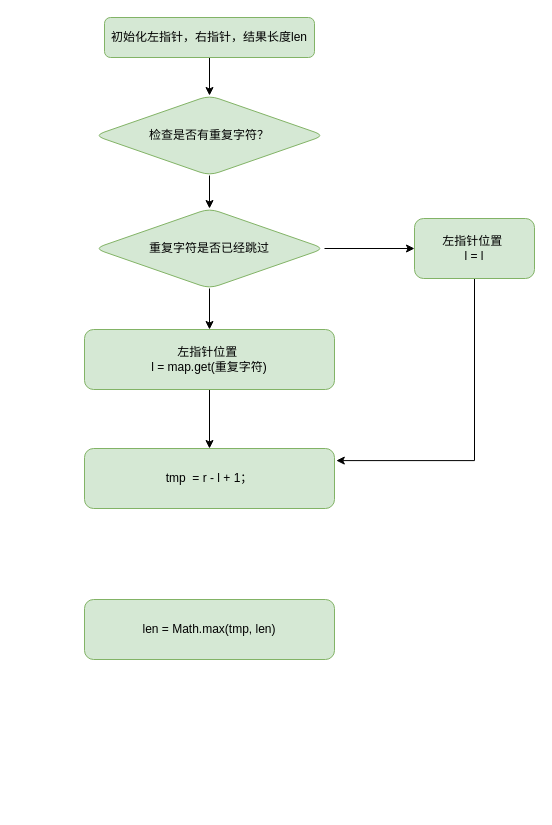
Earlier version of the draw.io diagram page "无重复字符的最长子串" (2 of 2) of 反转链表绘图.drawio (HonyoLAN/telmy). Source tidied: cells renumbered, new cells numbered last; positions are measured from the earlier drawing's top-left corner, leaving out a move shared by most shapes. Both pictures are drawn from the tidied source at 100%, with x=0, y=0 at pixel (84, 17).
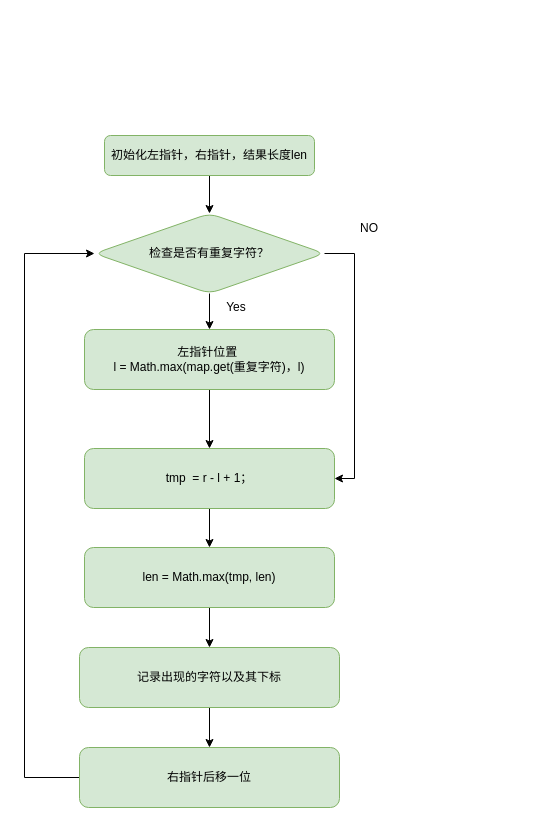
Above is the later version.

Commit message:
更新反转链表绘图.drawio

Unchanged cells that the change refers to:
```xml
<mxCell id="13" value="tmp&amp;nbsp; = r - l + 1；" style="whiteSpace=wrap;html=1;fillColor=#d5e8d4;strokeColor=#82b366;rounded=1;" parent="1" vertex="1">
  <mxGeometry y="431" width="250" height="60" as="geometry" />
</mxCell>
```

Change to the diagram source:
```diff
@@
     <mxCell id="3" value="初始化左指针，右指针，结果长度len" style="rounded=1;whiteSpace=wrap;html=1;fillColor=#d5e8d4;strokeColor=#82b366;" parent="1" vertex="1">
-      <mxGeometry x="20" width="210" height="40" as="geometry" />
+      <mxGeometry x="20" y="118" width="210" height="40" as="geometry" />
     </mxCell>
-    <mxCell id="4" style="edgeStyle=orthogonalEdgeStyle;rounded=0;jettySize=auto;html=1;" parent="1" edge="1" source="5" target="8">
+    <mxCell id="4" style="edgeStyle=orthogonalEdgeStyle;rounded=0;jettySize=auto;html=1;entryX=0.5;entryY=0;entryDx=0;entryDy=0;" parent="1" edge="1" source="5" target="10">
       <mxGeometry relative="1" as="geometry" />
     </mxCell>
+    <mxCell id="15" style="edgeStyle=orthogonalEdgeStyle;rounded=0;jettySize=auto;html=1;exitX=1;exitY=0.5;exitDx=0;exitDy=0;entryX=1;entryY=0.5;entryDx=0;entryDy=0;" parent="1" edge="1" source="5" target="13">
+      <mxGeometry relative="1" as="geometry" />
+    </mxCell>
     <mxCell id="5" value="检查是否有重复字符？" style="rhombus;whiteSpace=wrap;html=1;fillColor=#d5e8d4;strokeColor=#82b366;rounded=1;" parent="1" vertex="1">
-      <mxGeometry x="10" y="78" width="230" height="80" as="geometry" />
+      <mxGeometry x="10" y="196" width="230" height="80" as="geometry" />
     </mxCell>
-    <mxCell id="6" style="edgeStyle=orthogonalEdgeStyle;rounded=0;jettySize=auto;html=1;" parent="1" edge="1" source="8" target="10">
-      <mxGeometry relative="1" as="geometry" />
-    </mxCell>
-    <mxCell id="7" style="edgeStyle=orthogonalEdgeStyle;rounded=0;jettySize=auto;html=1;" parent="1" edge="1" source="8" target="12">
-      <mxGeometry relative="1" as="geometry" />
-    </mxCell>
-    <mxCell id="8" value="重复字符是否已经跳过" style="rhombus;whiteSpace=wrap;html=1;fillColor=#d5e8d4;strokeColor=#82b366;rounded=1;" parent="1" vertex="1">
-      <mxGeometry x="10" y="191" width="230" height="80" as="geometry" />
-    </mxCell>
@@
-    <mxCell id="10" value="左指针位置&amp;nbsp;&lt;br&gt;l = map.get(重复字符)" style="whiteSpace=wrap;html=1;fillColor=#d5e8d4;strokeColor=#82b366;rounded=1;" parent="1" vertex="1">
+    <mxCell id="10" value="左指针位置&amp;nbsp;&lt;br&gt;l = Math.max(map.get(重复字符)，l)" style="whiteSpace=wrap;html=1;fillColor=#d5e8d4;strokeColor=#82b366;rounded=1;" parent="1" vertex="1">
       <mxGeometry y="312" width="250" height="60" as="geometry" />
     </mxCell>
-    <mxCell id="11" style="edgeStyle=orthogonalEdgeStyle;rounded=0;orthogonalLoop=1;jettySize=auto;html=1;exitX=0.5;exitY=1;exitDx=0;exitDy=0;entryX=1.007;entryY=0.418;entryDx=0;entryDy=0;entryPerimeter=0;" parent="1" edge="1">
-      <mxGeometry relative="1" as="geometry">
-        <mxPoint x="390" y="248" as="sourcePoint" />
-        <mxPoint x="251.8" y="443.1" as="targetPoint" />
-        <Array as="points">
-          <mxPoint x="390" y="443" />
-        </Array>
-      </mxGeometry>
-    </mxCell>
-    <mxCell id="12" value="&lt;span&gt;左指针位置&amp;nbsp;&lt;/span&gt;&lt;br&gt;&lt;span&gt;l = l&lt;/span&gt;" style="whiteSpace=wrap;html=1;fillColor=#d5e8d4;strokeColor=#82b366;rounded=1;" parent="1" vertex="1">
-      <mxGeometry x="330" y="201" width="120" height="60" as="geometry" />
-    </mxCell>
+    <mxCell id="16" style="edgeStyle=orthogonalEdgeStyle;rounded=0;jettySize=auto;html=1;" parent="1" edge="1" source="13" target="14">
+      <mxGeometry relative="1" as="geometry" />
+    </mxCell>
@@
+    <mxCell id="17" style="edgeStyle=orthogonalEdgeStyle;rounded=0;jettySize=auto;html=1;" parent="1" edge="1" source="14" target="19">
+      <mxGeometry relative="1" as="geometry" />
+    </mxCell>
     <mxCell id="14" value="len = Math.max(tmp, len)" style="whiteSpace=wrap;html=1;fillColor=#d5e8d4;strokeColor=#82b366;rounded=1;" parent="1" vertex="1">
-      <mxGeometry y="582" width="250" height="60" as="geometry" />
+      <mxGeometry y="530" width="250" height="60" as="geometry" />
     </mxCell>
+    <mxCell id="18" style="edgeStyle=orthogonalEdgeStyle;rounded=0;jettySize=auto;html=1;" parent="1" edge="1" source="19" target="21">
+      <mxGeometry relative="1" as="geometry" />
+    </mxCell>
+    <mxCell id="19" value="记录出现的字符以及其下标" style="rounded=1;whiteSpace=wrap;html=1;fillColor=#d5e8d4;strokeColor=#82b366;" parent="1" vertex="1">
+      <mxGeometry x="-5" y="630" width="260" height="60" as="geometry" />
+    </mxCell>
+    <mxCell id="20" style="edgeStyle=orthogonalEdgeStyle;rounded=0;jettySize=auto;html=1;exitX=0;exitY=0.5;exitDx=0;exitDy=0;entryX=0;entryY=0.5;entryDx=0;entryDy=0;" parent="1" edge="1" source="21" target="5">
+      <mxGeometry relative="1" as="geometry">
+        <Array as="points">
+          <mxPoint x="-60" y="760" />
+          <mxPoint x="-60" y="236" />
+        </Array>
+      </mxGeometry>
+    </mxCell>
+    <mxCell id="21" value="右指针后移一位" style="rounded=1;whiteSpace=wrap;html=1;fillColor=#d5e8d4;strokeColor=#82b366;" parent="1" vertex="1">
+      <mxGeometry x="-5" y="730" width="260" height="60" as="geometry" />
+    </mxCell>
+    <mxCell id="22" value="NO" style="text;html=1;strokeColor=none;fillColor=none;align=center;verticalAlign=middle;whiteSpace=wrap;rounded=0;" parent="1" vertex="1">
+      <mxGeometry x="255" y="196" width="60" height="30" as="geometry" />
+    </mxCell>
+    <mxCell id="23" value="Yes" style="text;html=1;strokeColor=none;fillColor=none;align=center;verticalAlign=middle;whiteSpace=wrap;rounded=0;" parent="1" vertex="1">
+      <mxGeometry x="122" y="275" width="60" height="30" as="geometry" />
+    </mxCell>
```
